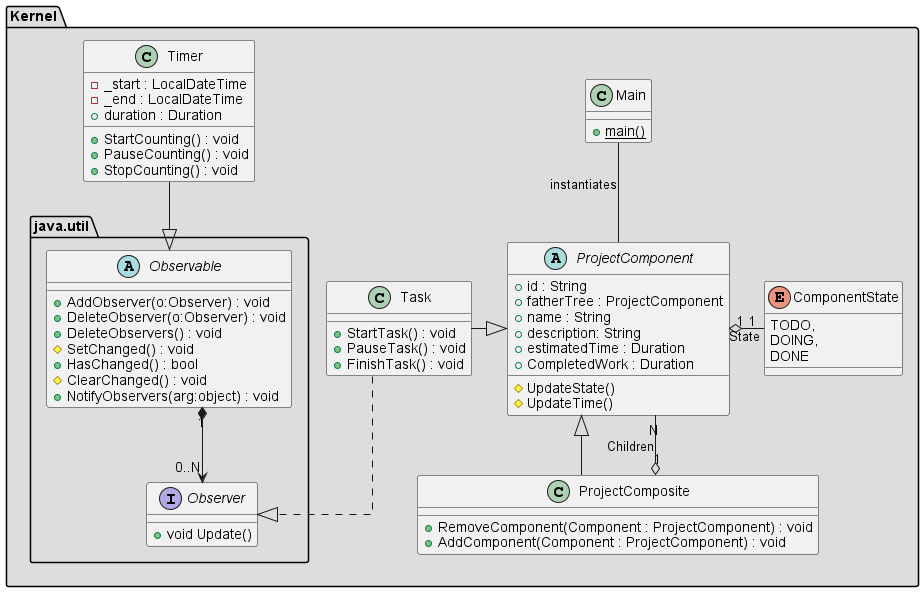
Above: UML/ClassDiagram.png in 1533545/DS (PlantUML), before the change. Its diagram source:
```plantuml
@startuml

skinparam linetype ortho



package "Kernel" #DDDDDD {
  class Main {
    +{static}main()
  }

  Abstract ProjectComponent {
      +id : String
      +fatherTree : ProjectComponent
      +name : String
      +description: String
      +estimatedTime : Duration
      +CompletedWork : Duration
      #UpdateState()
      #UpdateTime()
  }

  class ProjectComposite {
     +RemoveComponent(Component : ProjectComponent) : void
     +AddComponent(Component : ProjectComponent) : void
   }

  class Task {
    +StartTask() : void
    +PauseTask() : void
    +FinishTask() : void
  }

  enum ComponentState {
    TODO,
    DOING,
    DONE
  }

  class Timer {
    -_start : LocalDateTime
    -_end : LocalDateTime
    +duration : Duration
    +StartCounting() : void
    +PauseCounting() : void
    +StopCounting() : void
  }

  package "java.util"
  {
      abstract Observable {
        +AddObserver(o:Observer) : void
        +DeleteObserver(o:Observer) : void
        +DeleteObservers() : void
        #SetChanged() : void
        +HasChanged() : bool
        #ClearChanged() : void
        +NotifyObservers(arg:object) : void
      }
      interface Observer
      {
           +void Update()
      }
      Observable "0..N" *--> "1" Observer
  }

}

  Task -right-|> ProjectComponent
  ProjectComponent "1" o-right- "1" ComponentState : State
  ProjectComponent <|-- ProjectComposite
  ProjectComponent "N" --o "1" ProjectComposite : Children
  Task ..|> Observer
  Timer --|> Observable
  Main -- ProjectComponent: "instantiates"

@enduml
```
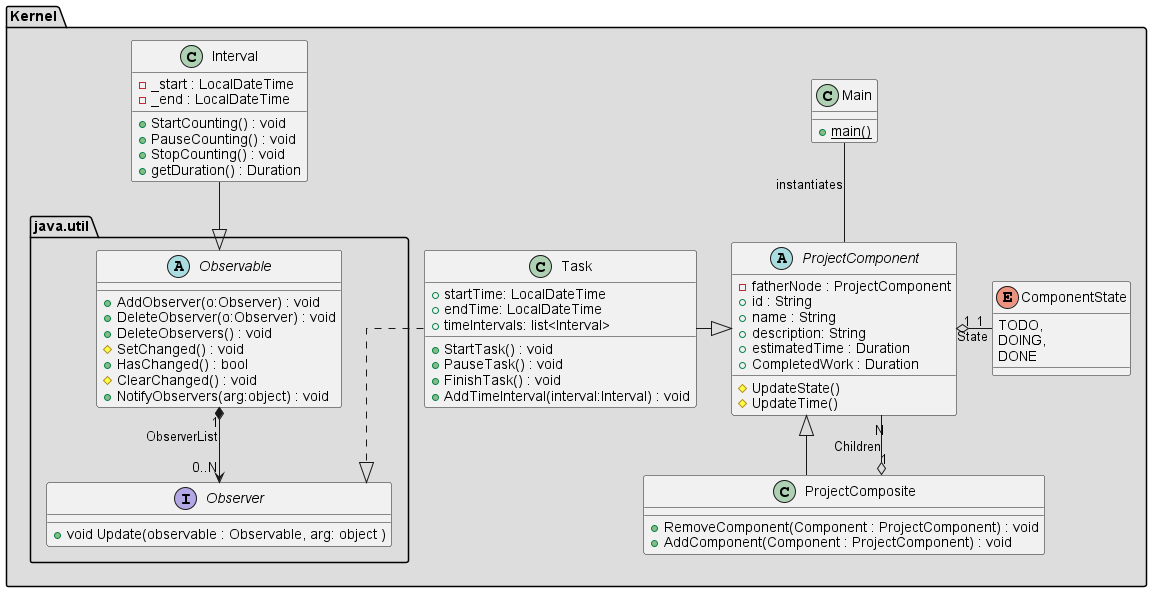
After the commit.

What changed in the source:
```diff
@@ -10,8 +10,8 @@
   }
 
   Abstract ProjectComponent {
+      -fatherNode : ProjectComponent
       +id : String
-      +fatherTree : ProjectComponent
       +name : String
       +description: String
       +estimatedTime : Duration
@@ -26,9 +26,13 @@
    }
 
   class Task {
+    +startTime: LocalDateTime
+    +endTime: LocalDateTime
+    +timeIntervals: list<Interval>
     +StartTask() : void
     +PauseTask() : void
     +FinishTask() : void
+    +AddTimeInterval(interval:Interval) : void
   }
 
   enum ComponentState {
@@ -37,13 +41,13 @@
     DONE
   }
 
-  class Timer {
+  class Interval {
     -_start : LocalDateTime
     -_end : LocalDateTime
-    +duration : Duration
     +StartCounting() : void
     +PauseCounting() : void
     +StopCounting() : void
+    +getDuration() : Duration
   }
 
   package "java.util"
@@ -59,9 +63,9 @@
       }
       interface Observer
       {
-           +void Update()
+           +void Update(observable : Observable, arg: object )
       }
-      Observable "0..N" *--> "1" Observer
+      Observable "0..N" *--> "1" Observer:ObserverList
   }
 
 }
@@ -71,7 +75,7 @@
   ProjectComponent <|-- ProjectComposite
   ProjectComponent "N" --o "1" ProjectComposite : Children
   Task ..|> Observer
-  Timer --|> Observable
+  Interval --|> Observable
   Main -- ProjectComponent: "instantiates"
 
 @enduml
```
